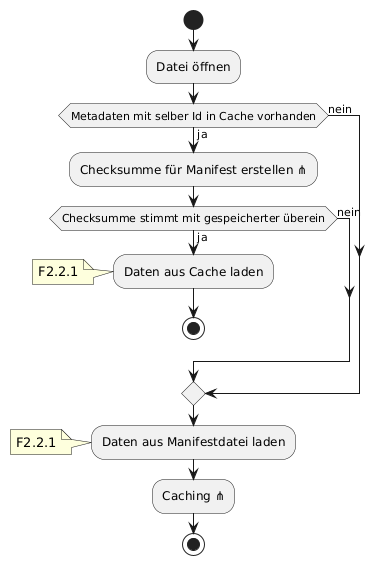
Earlier version of the PlantUML export wiki/topics/Inkremente/00/Diagramme/Anforderungsanalyse_009.png (SoftwareEngineeringOne/wiki).
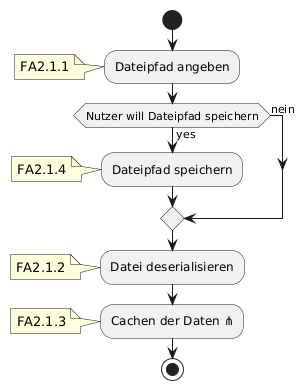
After the commit.

What changed in the source:
```diff
@@ -1,19 +1,15 @@
 @startuml
 start
-:Datei öffnen;
-if(Metadaten mit selber Id in Cache vorhanden) then(ja)
-:Checksumme für Manifest erstellen ⋔;
-if(Checksumme stimmt mit gespeicherter überein) then(ja)
-:Daten aus Cache laden;
-note: F2.2.1
-stop
+:Dateipfad angeben;
+note: FA2.1.1
+if(Nutzer will Dateipfad speichern) then(yes)
+    :Dateipfad speichern;
+    note: FA2.1.4
 else (nein)
 endif
-else (nein)
-endif
-:Daten aus Manifestdatei laden;
-note: F2.2.1
-:Caching ⋔;
+:Datei deserialisieren;
+note: FA2.1.2
+:Cachen der Daten ⋔;
+note: FA2.1.3
 stop
-
 @enduml
```
